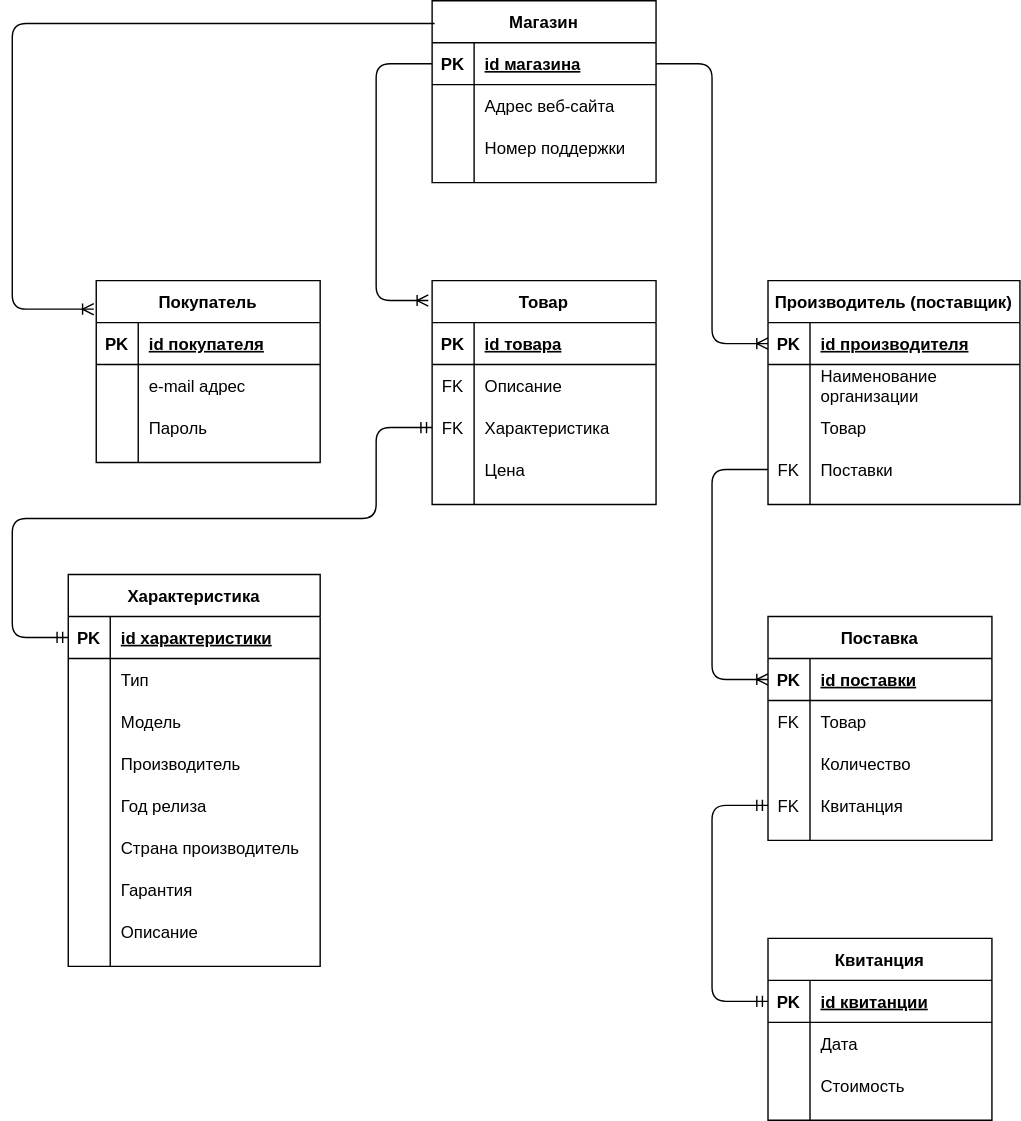
The draw.io diagram LogicDiag.svg in paw-wow/DataBase, before a commit. Source tidied: cells renumbered, new cells last; positions are measured from the earlier drawing's top-left corner, leaving out a move shared by most shapes.
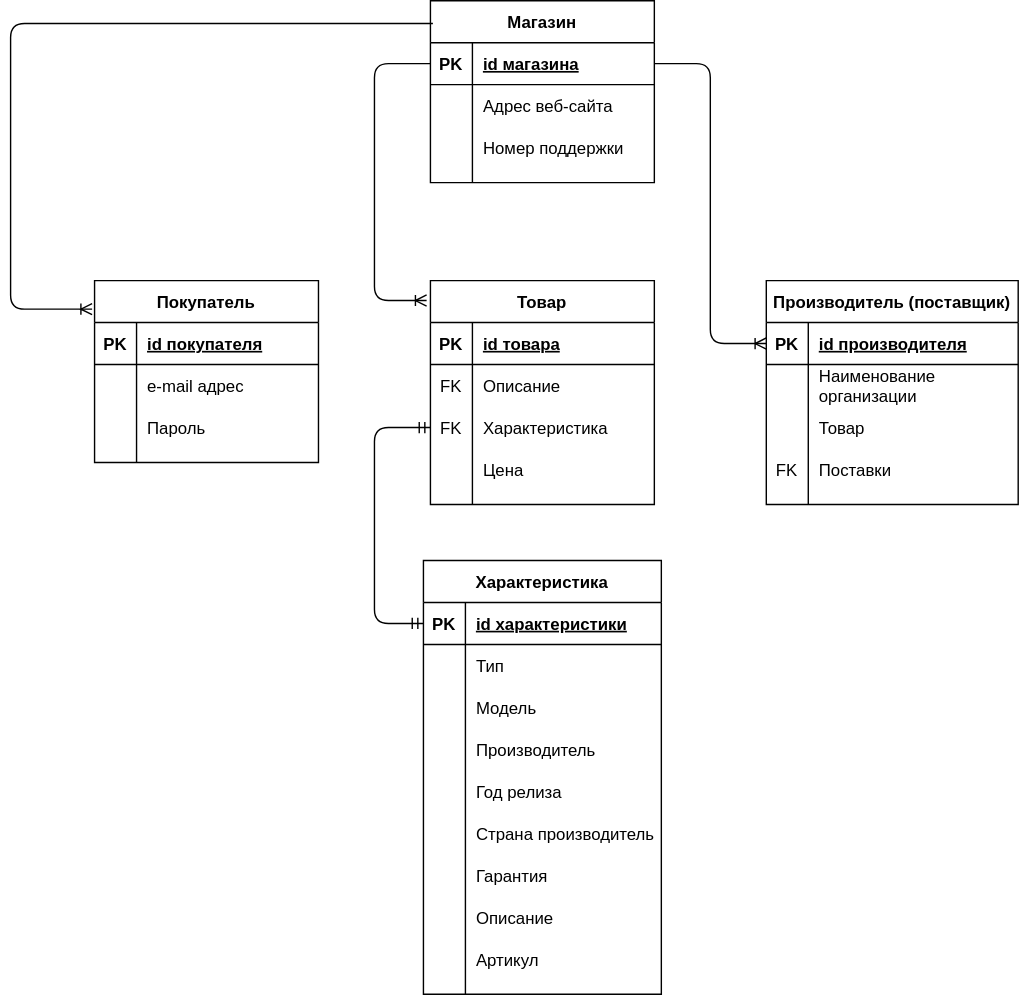
After the change.

What changed in the source:
```diff
@@ -101,36 +101,6 @@
     <mxCell id="34" value="Поставки" style="shape=partialRectangle;fillColor=none;top=0;left=0;bottom=0;right=0;align=left;spacingLeft=6;overflow=hidden;" parent="32" vertex="1">
       <mxGeometry x="30" width="150" height="30" as="geometry" />
     </mxCell>
-    <mxCell id="35" value="Квитанция" style="shape=table;startSize=30;rowLines=0;fontStyle=1;align=center;" parent="1" vertex="1">
-      <mxGeometry x="540" y="670" width="160" height="130" as="geometry" />
-    </mxCell>
-    <mxCell id="36" style="shape=partialRectangle;fillColor=none;top=0;left=0;bottom=1;right=0;points=[[0,0.5],[1,0.5]];portConstraint=eastwest;" parent="35" vertex="1">
-      <mxGeometry y="30" width="160" height="30" as="geometry" />
-    </mxCell>
-    <mxCell id="37" value="PK" style="shape=partialRectangle;fillColor=none;top=0;left=0;bottom=0;right=0;fontStyle=1;overflow=hidden;" parent="36" vertex="1">
-      <mxGeometry width="30" height="30" as="geometry" />
-    </mxCell>
-    <mxCell id="38" value="id квитанции" style="shape=partialRectangle;fillColor=none;top=0;left=0;bottom=0;right=0;align=left;spacingLeft=6;fontStyle=5;overflow=hidden;" parent="36" vertex="1">
-      <mxGeometry x="30" width="130" height="30" as="geometry" />
-    </mxCell>
-    <mxCell id="39" style="shape=partialRectangle;fillColor=none;top=0;left=0;bottom=0;right=0;" parent="35" vertex="1">
-      <mxGeometry y="60" width="160" height="30" as="geometry" />
-    </mxCell>
-    <mxCell id="40" style="shape=partialRectangle;fillColor=none;top=0;left=0;bottom=0;right=0;overflow=hidden;" parent="39" vertex="1">
-      <mxGeometry width="30" height="30" as="geometry" />
-    </mxCell>
-    <mxCell id="41" value="Дата" style="shape=partialRectangle;fillColor=none;top=0;left=0;bottom=0;right=0;align=left;spacingLeft=6;overflow=hidden;" parent="39" vertex="1">
-      <mxGeometry x="30" width="130" height="30" as="geometry" />
-    </mxCell>
-    <mxCell id="42" style="shape=partialRectangle;fillColor=none;top=0;left=0;bottom=0;right=0;" parent="35" vertex="1">
-      <mxGeometry y="90" width="160" height="30" as="geometry" />
-    </mxCell>
-    <mxCell id="43" style="shape=partialRectangle;fillColor=none;top=0;left=0;bottom=0;right=0;overflow=hidden;" parent="42" vertex="1">
-      <mxGeometry width="30" height="30" as="geometry" />
-    </mxCell>
-    <mxCell id="44" value="Стоимость" style="shape=partialRectangle;fillColor=none;top=0;left=0;bottom=0;right=0;align=left;spacingLeft=6;overflow=hidden;" parent="42" vertex="1">
-      <mxGeometry x="30" width="130" height="30" as="geometry" />
-    </mxCell>
     <mxCell id="45" value="Товар" style="shape=table;startSize=30;rowLines=0;fontStyle=1;align=center;" parent="1" vertex="1">
       <mxGeometry x="300" y="200" width="160" height="160" as="geometry" />
     </mxCell>
@@ -171,80 +141,89 @@
       <mxGeometry x="30" width="130" height="30" as="geometry" />
     </mxCell>
     <mxCell id="58" value="Характеристика" style="shape=table;startSize=30;rowLines=0;fontStyle=1;align=center;" parent="1" vertex="1">
-      <mxGeometry x="40" y="410" width="180" height="280" as="geometry" />
+      <mxGeometry x="295" y="400" width="170" height="310" as="geometry" />
     </mxCell>
     <mxCell id="59" style="shape=partialRectangle;fillColor=none;top=0;left=0;bottom=1;right=0;points=[[0,0.5],[1,0.5]];portConstraint=eastwest;" parent="58" vertex="1">
-      <mxGeometry y="30" width="180" height="30" as="geometry" />
+      <mxGeometry y="30" width="170" height="30" as="geometry" />
     </mxCell>
     <mxCell id="60" value="PK" style="shape=partialRectangle;fillColor=none;top=0;left=0;bottom=0;right=0;fontStyle=1;overflow=hidden;" parent="59" vertex="1">
       <mxGeometry width="30" height="30" as="geometry" />
     </mxCell>
     <mxCell id="61" value="id характеристики" style="shape=partialRectangle;fillColor=none;top=0;left=0;bottom=0;right=0;align=left;spacingLeft=6;fontStyle=5;overflow=hidden;" parent="59" vertex="1">
-      <mxGeometry x="30" width="150" height="30" as="geometry" />
+      <mxGeometry x="30" width="140" height="30" as="geometry" />
     </mxCell>
     <mxCell id="62" style="shape=partialRectangle;fillColor=none;top=0;left=0;bottom=0;right=0;" parent="58" vertex="1">
-      <mxGeometry y="60" width="180" height="30" as="geometry" />
+      <mxGeometry y="60" width="170" height="30" as="geometry" />
     </mxCell>
     <mxCell id="63" style="shape=partialRectangle;fillColor=none;top=0;left=0;bottom=0;right=0;overflow=hidden;" parent="62" vertex="1">
       <mxGeometry width="30" height="30" as="geometry" />
     </mxCell>
     <mxCell id="64" value="Тип" style="shape=partialRectangle;fillColor=none;top=0;left=0;bottom=0;right=0;align=left;spacingLeft=6;overflow=hidden;" parent="62" vertex="1">
-      <mxGeometry x="30" width="150" height="30" as="geometry" />
+      <mxGeometry x="30" width="140" height="30" as="geometry" />
     </mxCell>
     <mxCell id="65" style="shape=partialRectangle;fillColor=none;top=0;left=0;bottom=0;right=0;" parent="58" vertex="1">
-      <mxGeometry y="90" width="180" height="30" as="geometry" />
+      <mxGeometry y="90" width="170" height="30" as="geometry" />
     </mxCell>
     <mxCell id="66" style="shape=partialRectangle;fillColor=none;top=0;left=0;bottom=0;right=0;overflow=hidden;" parent="65" vertex="1">
       <mxGeometry width="30" height="30" as="geometry" />
     </mxCell>
     <mxCell id="67" value="Модель" style="shape=partialRectangle;fillColor=none;top=0;left=0;bottom=0;right=0;align=left;spacingLeft=6;overflow=hidden;" parent="65" vertex="1">
-      <mxGeometry x="30" width="150" height="30" as="geometry" />
+      <mxGeometry x="30" width="140" height="30" as="geometry" />
     </mxCell>
     <mxCell id="68" style="shape=partialRectangle;fillColor=none;top=0;left=0;bottom=0;right=0;" parent="58" vertex="1">
-      <mxGeometry y="120" width="180" height="30" as="geometry" />
+      <mxGeometry y="120" width="170" height="30" as="geometry" />
     </mxCell>
     <mxCell id="69" style="shape=partialRectangle;fillColor=none;top=0;left=0;bottom=0;right=0;overflow=hidden;" parent="68" vertex="1">
       <mxGeometry width="30" height="30" as="geometry" />
     </mxCell>
     <mxCell id="70" value="Производитель" style="shape=partialRectangle;fillColor=none;top=0;left=0;bottom=0;right=0;align=left;spacingLeft=6;overflow=hidden;" parent="68" vertex="1">
-      <mxGeometry x="30" width="150" height="30" as="geometry" />
+      <mxGeometry x="30" width="140" height="30" as="geometry" />
     </mxCell>
     <mxCell id="71" style="shape=partialRectangle;fillColor=none;top=0;left=0;bottom=0;right=0;" parent="58" vertex="1">
-      <mxGeometry y="150" width="180" height="30" as="geometry" />
+      <mxGeometry y="150" width="170" height="30" as="geometry" />
     </mxCell>
     <mxCell id="72" style="shape=partialRectangle;fillColor=none;top=0;left=0;bottom=0;right=0;overflow=hidden;" parent="71" vertex="1">
       <mxGeometry width="30" height="30" as="geometry" />
     </mxCell>
     <mxCell id="73" value="Год релиза" style="shape=partialRectangle;fillColor=none;top=0;left=0;bottom=0;right=0;align=left;spacingLeft=6;overflow=hidden;" parent="71" vertex="1">
-      <mxGeometry x="30" width="150" height="30" as="geometry" />
+      <mxGeometry x="30" width="140" height="30" as="geometry" />
     </mxCell>
     <mxCell id="74" style="shape=partialRectangle;fillColor=none;top=0;left=0;bottom=0;right=0;" parent="58" vertex="1">
-      <mxGeometry y="180" width="180" height="30" as="geometry" />
+      <mxGeometry y="180" width="170" height="30" as="geometry" />
     </mxCell>
     <mxCell id="75" style="shape=partialRectangle;fillColor=none;top=0;left=0;bottom=0;right=0;overflow=hidden;" parent="74" vertex="1">
       <mxGeometry width="30" height="30" as="geometry" />
     </mxCell>
     <mxCell id="76" value="Страна производитель" style="shape=partialRectangle;fillColor=none;top=0;left=0;bottom=0;right=0;align=left;spacingLeft=6;overflow=hidden;" parent="74" vertex="1">
-      <mxGeometry x="30" width="150" height="30" as="geometry" />
+      <mxGeometry x="30" width="140" height="30" as="geometry" />
     </mxCell>
     <mxCell id="77" style="shape=partialRectangle;fillColor=none;top=0;left=0;bottom=0;right=0;" parent="58" vertex="1">
-      <mxGeometry y="210" width="180" height="30" as="geometry" />
+      <mxGeometry y="210" width="170" height="30" as="geometry" />
     </mxCell>
     <mxCell id="78" style="shape=partialRectangle;fillColor=none;top=0;left=0;bottom=0;right=0;overflow=hidden;" parent="77" vertex="1">
       <mxGeometry width="30" height="30" as="geometry" />
     </mxCell>
     <mxCell id="79" value="Гарантия" style="shape=partialRectangle;fillColor=none;top=0;left=0;bottom=0;right=0;align=left;spacingLeft=6;overflow=hidden;" parent="77" vertex="1">
-      <mxGeometry x="30" width="150" height="30" as="geometry" />
+      <mxGeometry x="30" width="140" height="30" as="geometry" />
     </mxCell>
     <mxCell id="80" style="shape=partialRectangle;fillColor=none;top=0;left=0;bottom=0;right=0;" parent="58" vertex="1">
-      <mxGeometry y="240" width="180" height="30" as="geometry" />
+      <mxGeometry y="240" width="170" height="30" as="geometry" />
     </mxCell>
     <mxCell id="81" style="shape=partialRectangle;fillColor=none;top=0;left=0;bottom=0;right=0;overflow=hidden;" parent="80" vertex="1">
       <mxGeometry width="30" height="30" as="geometry" />
     </mxCell>
     <mxCell id="82" value="Описание" style="shape=partialRectangle;fillColor=none;top=0;left=0;bottom=0;right=0;align=left;spacingLeft=6;overflow=hidden;" parent="80" vertex="1">
-      <mxGeometry x="30" width="150" height="30" as="geometry" />
+      <mxGeometry x="30" width="140" height="30" as="geometry" />
     </mxCell>
+    <mxCell id="102" style="shape=partialRectangle;fillColor=none;top=0;left=0;bottom=0;right=0;" parent="58" vertex="1">
+      <mxGeometry y="270" width="170" height="30" as="geometry" />
+    </mxCell>
+    <mxCell id="103" style="shape=partialRectangle;fillColor=none;top=0;left=0;bottom=0;right=0;overflow=hidden;" parent="102" vertex="1">
+      <mxGeometry width="30" height="30" as="geometry" />
+    </mxCell>
+    <mxCell id="104" value="Артикул" style="shape=partialRectangle;fillColor=none;top=0;left=0;bottom=0;right=0;align=left;spacingLeft=6;overflow=hidden;" parent="102" vertex="1">
+      <mxGeometry x="30" width="140" height="30" as="geometry" />
+    </mxCell>
     <mxCell id="83" style="edgeStyle=orthogonalEdgeStyle;fontSize=12;html=1;endArrow=ERoneToMany;exitX=0.011;exitY=0.125;exitDx=0;exitDy=0;exitPerimeter=0;entryX=-0.011;entryY=0.157;entryDx=0;entryDy=0;entryPerimeter=0;" parent="1" edge="1" source="2" target="12">
       <mxGeometry relative="1" as="geometry">
         <Array as="points">
@@ -265,69 +244,12 @@
       <mxGeometry relative="1" as="geometry">
         <Array as="points">
           <mxPoint x="260" y="305" />
-          <mxPoint x="260" y="370" />
-          <mxPoint y="370" />
-          <mxPoint y="455" />
+          <mxPoint x="260" y="445" />
         </Array>
       </mxGeometry>
     </mxCell>
     <mxCell id="86" style="edgeStyle=orthogonalEdgeStyle;fontSize=12;html=1;endArrow=ERoneToMany;exitX=1;exitY=0.5;exitDx=0;exitDy=0;entryX=0;entryY=0.5;entryDx=0;entryDy=0;" parent="1" edge="1" source="3" target="23">
       <mxGeometry relative="1" as="geometry" />
     </mxCell>
-    <mxCell id="87" value="Поставка" style="shape=table;startSize=30;rowLines=0;fontStyle=1;align=center;" parent="1" vertex="1">
-      <mxGeometry x="540" y="440" width="160" height="160" as="geometry" />
-    </mxCell>
-    <mxCell id="88" style="shape=partialRectangle;fillColor=none;top=0;left=0;bottom=1;right=0;points=[[0,0.5],[1,0.5]];portConstraint=eastwest;" parent="87" vertex="1">
-      <mxGeometry y="30" width="160" height="30" as="geometry" />
-    </mxCell>
-    <mxCell id="89" value="PK" style="shape=partialRectangle;fillColor=none;top=0;left=0;bottom=0;right=0;fontStyle=1;overflow=hidden;" parent="88" vertex="1">
-      <mxGeometry width="30" height="30" as="geometry" />
-    </mxCell>
-    <mxCell id="90" value="id поставки" style="shape=partialRectangle;fillColor=none;top=0;left=0;bottom=0;right=0;align=left;spacingLeft=6;fontStyle=5;overflow=hidden;" parent="88" vertex="1">
-      <mxGeometry x="30" width="130" height="30" as="geometry" />
-    </mxCell>
-    <mxCell id="91" style="shape=partialRectangle;fillColor=none;top=0;left=0;bottom=0;right=0;" parent="87" vertex="1">
-      <mxGeometry y="60" width="160" height="30" as="geometry" />
-    </mxCell>
-    <mxCell id="92" value="FK" style="shape=partialRectangle;fillColor=none;top=0;left=0;bottom=0;right=0;overflow=hidden;" parent="91" vertex="1">
-      <mxGeometry width="30" height="30" as="geometry" />
-    </mxCell>
-    <mxCell id="93" value="Товар" style="shape=partialRectangle;fillColor=none;top=0;left=0;bottom=0;right=0;align=left;spacingLeft=6;overflow=hidden;" parent="91" vertex="1">
-      <mxGeometry x="30" width="130" height="30" as="geometry" />
-    </mxCell>
-    <mxCell id="94" style="shape=partialRectangle;fillColor=none;top=0;left=0;bottom=0;right=0;" parent="87" vertex="1">
-      <mxGeometry y="90" width="160" height="30" as="geometry" />
-    </mxCell>
-    <mxCell id="95" style="shape=partialRectangle;fillColor=none;top=0;left=0;bottom=0;right=0;overflow=hidden;" parent="94" vertex="1">
-      <mxGeometry width="30" height="30" as="geometry" />
-    </mxCell>
-    <mxCell id="96" value="Количество" style="shape=partialRectangle;fillColor=none;top=0;left=0;bottom=0;right=0;align=left;spacingLeft=6;overflow=hidden;" parent="94" vertex="1">
-      <mxGeometry x="30" width="130" height="30" as="geometry" />
-    </mxCell>
-    <mxCell id="97" style="shape=partialRectangle;fillColor=none;top=0;left=0;bottom=0;right=0;points=[[0,0.5],[1,0.5]];portConstraint=eastwest;" parent="87" vertex="1">
-      <mxGeometry y="120" width="160" height="30" as="geometry" />
-    </mxCell>
-    <mxCell id="98" value="FK" style="shape=partialRectangle;fillColor=none;top=0;left=0;bottom=0;right=0;overflow=hidden;" parent="97" vertex="1">
-      <mxGeometry width="30" height="30" as="geometry" />
-    </mxCell>
-    <mxCell id="99" value="Квитанция" style="shape=partialRectangle;fillColor=none;top=0;left=0;bottom=0;right=0;align=left;spacingLeft=6;overflow=hidden;" parent="97" vertex="1">
-      <mxGeometry x="30" width="130" height="30" as="geometry" />
-    </mxCell>
-    <mxCell id="100" style="edgeStyle=orthogonalEdgeStyle;fontSize=12;html=1;endArrow=ERmandOne;startArrow=ERmandOne;exitX=0;exitY=0.5;exitDx=0;exitDy=0;entryX=0;entryY=0.5;entryDx=0;entryDy=0;" parent="1" edge="1" source="97" target="36">
-      <mxGeometry relative="1" as="geometry">
-        <Array as="points">
-          <mxPoint x="500" y="575" />
-          <mxPoint x="500" y="715" />
-        </Array>
-      </mxGeometry>
-    </mxCell>
-    <mxCell id="101" style="edgeStyle=orthogonalEdgeStyle;fontSize=12;html=1;endArrow=ERoneToMany;exitX=0;exitY=0.5;exitDx=0;exitDy=0;entryX=0;entryY=0.5;entryDx=0;entryDy=0;" parent="1" edge="1" source="32" target="88">
-      <mxGeometry relative="1" as="geometry">
-        <Array as="points">
-          <mxPoint x="500" y="335" />
-          <mxPoint x="500" y="485" />
-        </Array>
-      </mxGeometry>
-    </mxCell>
   </root>
 </mxGraphModel>
```
